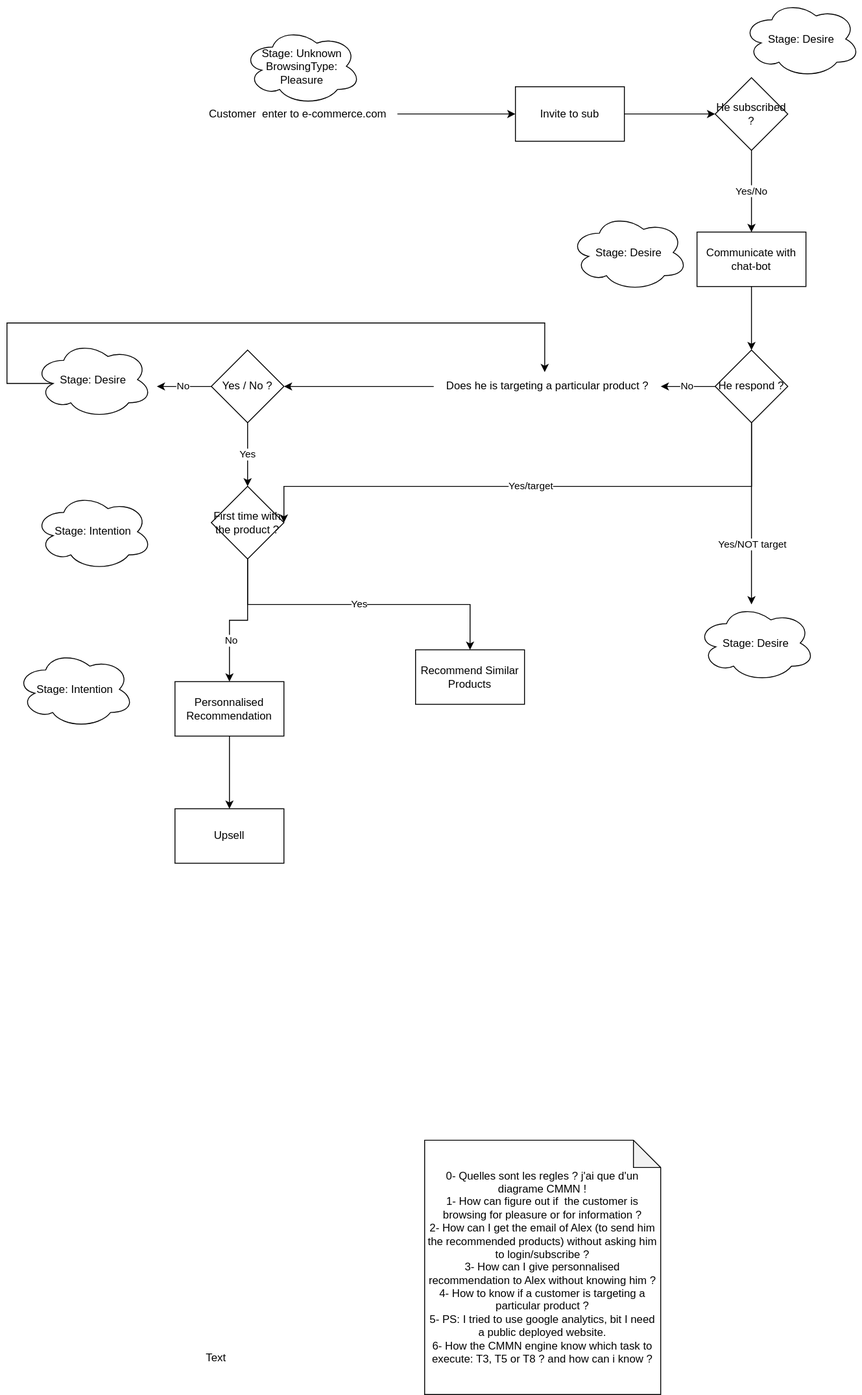
MohamedGrari/Customer-Journey-CXM-Tool keeps this draw.io diagram as src/main/resources/static/diagram.drawio.svg. Above is the earlier version. Source tidied: cells renumbered, new cells last; positions are measured from the earlier drawing's top-left corner, leaving out a move shared by most shapes.
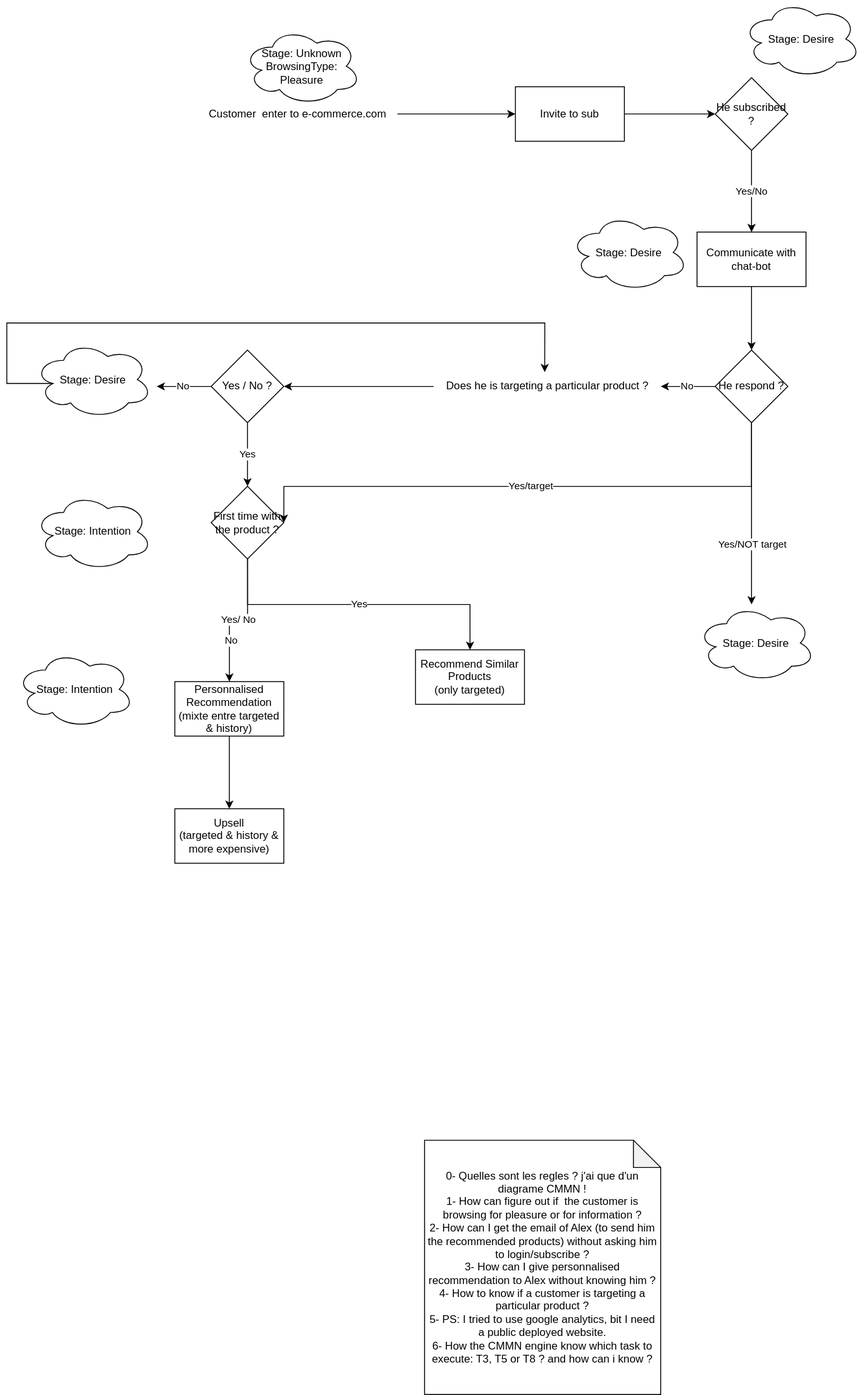
After the change.

Commit message:
adding product categories and sub-categories

Diff of the diagram source:
```diff
@@ -100,7 +100,7 @@
     <mxCell id="28" value="Yes" style="edgeStyle=orthogonalEdgeStyle;rounded=0;jettySize=auto;html=1;exitX=0.5;exitY=1;exitDx=0;exitDy=0;entryX=0.5;entryY=0;entryDx=0;entryDy=0;" parent="1" edge="1" source="31" target="32">
       <mxGeometry relative="1" as="geometry" />
     </mxCell>
-    <mxCell id="29" style="edgeStyle=orthogonalEdgeStyle;rounded=0;jettySize=auto;html=1;" parent="1" edge="1" source="31" target="34">
+    <mxCell id="29" value="Yes/ No" style="edgeStyle=orthogonalEdgeStyle;rounded=0;jettySize=auto;html=1;" parent="1" edge="1" source="31" target="34">
       <mxGeometry relative="1" as="geometry" />
     </mxCell>
     <mxCell id="30" value="No" style="edgeLabel;html=1;align=center;verticalAlign=middle;" parent="29" vertex="1">
@@ -109,21 +109,18 @@
     <mxCell id="31" value="First time with the product ?" style="rhombus;whiteSpace=wrap;html=1;" parent="1" vertex="1">
       <mxGeometry x="225" y="535" width="80" height="80" as="geometry" />
     </mxCell>
-    <mxCell id="32" value="Recommend Similar Products" style="rounded=0;whiteSpace=wrap;html=1;" parent="1" vertex="1">
+    <mxCell id="32" value="Recommend Similar Products&lt;br&gt;(only targeted)" style="rounded=0;whiteSpace=wrap;html=1;" parent="1" vertex="1">
       <mxGeometry x="450" y="715" width="120" height="60" as="geometry" />
     </mxCell>
     <mxCell id="33" style="edgeStyle=orthogonalEdgeStyle;rounded=0;jettySize=auto;html=1;" parent="1" edge="1" source="34" target="35">
       <mxGeometry relative="1" as="geometry" />
     </mxCell>
-    <mxCell id="34" value="Personnalised Recommendation" style="whiteSpace=wrap;html=1;" parent="1" vertex="1">
+    <mxCell id="34" value="Personnalised Recommendation&lt;br&gt;(mixte entre targeted &amp;amp; history)" style="whiteSpace=wrap;html=1;" parent="1" vertex="1">
       <mxGeometry x="185" y="750" width="120" height="60" as="geometry" />
     </mxCell>
-    <mxCell id="35" value="Upsell" style="whiteSpace=wrap;html=1;" parent="1" vertex="1">
+    <mxCell id="35" value="Upsell&lt;br&gt;(targeted &amp;amp; history &amp;amp; more expensive)" style="whiteSpace=wrap;html=1;" parent="1" vertex="1">
       <mxGeometry x="185" y="890" width="120" height="60" as="geometry" />
     </mxCell>
-    <mxCell id="36" value="Text" style="text;html=1;align=center;verticalAlign=middle;strokeColor=none;fillColor=none;" parent="1" vertex="1">
-      <mxGeometry x="205" y="1480" width="50" height="30" as="geometry" />
-    </mxCell>
     <mxCell id="37" value="Stage: Intention" style="ellipse;shape=cloud;whiteSpace=wrap;html=1;" parent="1" vertex="1">
       <mxGeometry x="10" y="716" width="130" height="85" as="geometry" />
     </mxCell>
```
